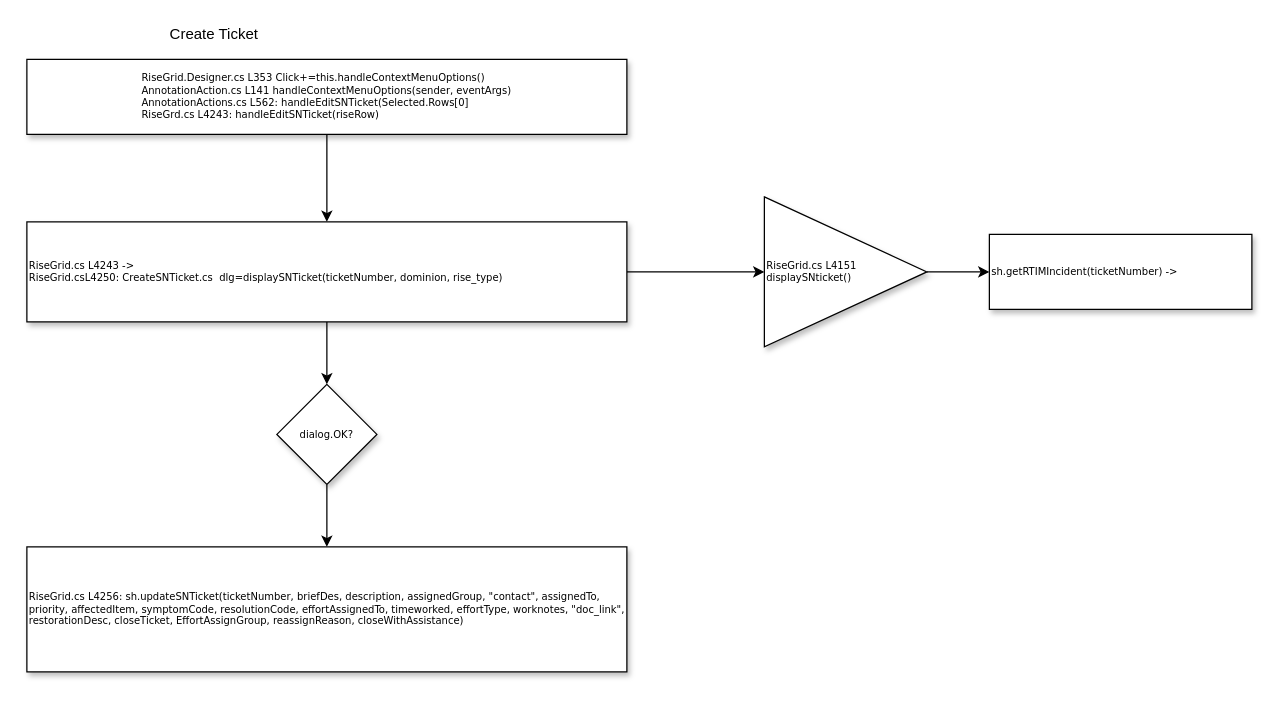
This is update_ticket.drawio from laohuw/doc, a draw.io file, before an edit. Source tidied: cells renumbered, new cells numbered last; positions are measured from the earlier drawing's top-left corner, leaving out a move shared by most shapes. Both pictures are drawn from the tidied source at 125%, with x=0, y=0 at pixel (26, 21).
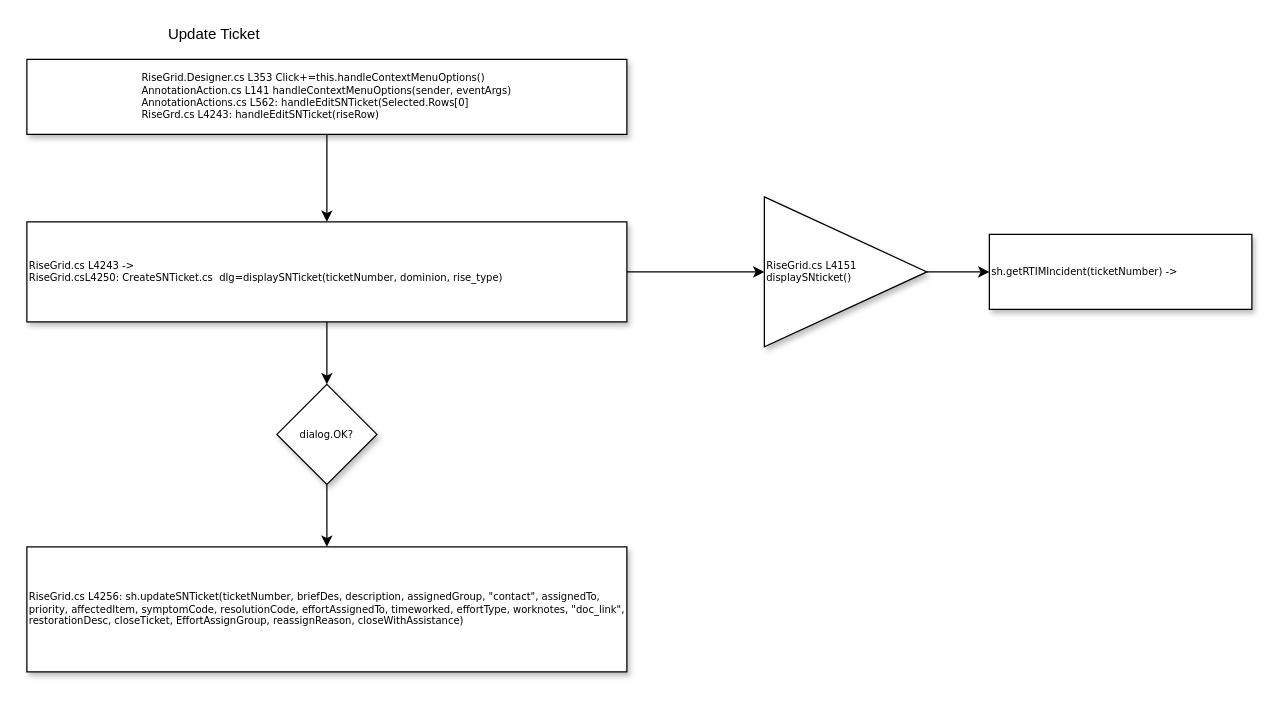
After the change.

What changed in the source:
```diff
@@
 <mxGraphModel>
   <root>
     <mxCell id="0" />
     <mxCell id="1" parent="0" />
     <mxCell id="2" style="edgeStyle=orthogonalEdgeStyle;rounded=0;jettySize=auto;html=1;" parent="1" edge="1" source="3" target="7">
       <mxGeometry relative="1" as="geometry" />
     </mxCell>
     <mxCell id="3" value="&lt;div style=&quot;text-align: left&quot;&gt;&lt;span&gt;RiseGrid.Designer.cs L353 Click+=this.handleContextMenuOptions()&lt;/span&gt;&lt;/div&gt;&lt;div style=&quot;text-align: left&quot;&gt;&lt;span&gt;AnnotationAction.cs L141 handleContextMenuOptions(sender, eventArgs)&lt;/span&gt;&lt;/div&gt;&lt;div style=&quot;text-align: left&quot;&gt;&lt;span&gt;AnnotationActions.cs L562: handleEditSNTicket(Selected.Rows[0]&lt;/span&gt;&lt;/div&gt;&lt;div style=&quot;text-align: left&quot;&gt;&lt;span&gt;RiseGrd.cs L4243: handleEditSNTicket(riseRow)&lt;/span&gt;&lt;/div&gt;" style="rounded=0;whiteSpace=wrap;html=1;shadow=1;labelBackgroundColor=none;strokeWidth=1;fontFamily=Verdana;fontSize=8;align=center;" parent="1" vertex="1">
       <mxGeometry y="30" width="480" height="60" as="geometry" />
     </mxCell>
-    <mxCell id="4" value="Create Ticket" style="text;html=1;strokeColor=none;fillColor=none;align=center;verticalAlign=middle;whiteSpace=wrap;rounded=0;" parent="1" vertex="1">
+    <mxCell id="4" value="Update Ticket" style="text;html=1;strokeColor=none;fillColor=none;align=center;verticalAlign=middle;whiteSpace=wrap;rounded=0;" parent="1" vertex="1">
       <mxGeometry x="70" width="160" height="20" as="geometry" />
     </mxCell>
     <mxCell id="5" style="edgeStyle=orthogonalEdgeStyle;rounded=0;jettySize=auto;html=1;" parent="1" edge="1" source="7" target="9">
       <mxGeometry relative="1" as="geometry" />
     </mxCell>
     <mxCell id="6" style="edgeStyle=orthogonalEdgeStyle;rounded=0;jettySize=auto;html=1;" parent="1" edge="1" source="7" target="12">
       <mxGeometry relative="1" as="geometry" />
     </mxCell>
     <mxCell id="7" value="RiseGrid.cs L4243 -&amp;gt;&lt;br&gt;RiseGrid.csL4250: CreateSNTicket.cs&amp;nbsp; dlg=displaySNTicket(ticketNumber, dominion, rise_type)" style="whiteSpace=wrap;html=1;rounded=0;shadow=1;fontFamily=Verdana;fontSize=8;strokeWidth=1;align=left;" parent="1" vertex="1">
       <mxGeometry y="160" width="480" height="80" as="geometry" />
     </mxCell>
     <mxCell id="8" style="edgeStyle=orthogonalEdgeStyle;rounded=0;jettySize=auto;html=1;" parent="1" edge="1" source="9" target="10">
       <mxGeometry relative="1" as="geometry" />
     </mxCell>
     <mxCell id="9" value="dialog.OK?" style="rhombus;whiteSpace=wrap;html=1;rounded=0;shadow=1;fontFamily=Verdana;fontSize=8;align=center;strokeWidth=1;" parent="1" vertex="1">
       <mxGeometry x="200" y="290" width="80" height="80" as="geometry" />
     </mxCell>
     <mxCell id="10" value="RiseGrid.cs L4256: sh.updateSNTicket(ticketNumber, briefDes, description, assignedGroup, &quot;contact&quot;, assignedTo, priority, affectedItem, symptomCode, resolutionCode, effortAssignedTo, timeworked, effortType, worknotes, &quot;doc_link&quot;, restorationDesc, closeTicket, EffortAssignGroup, reassignReason, closeWithAssistance)" style="rounded=0;whiteSpace=wrap;html=1;shadow=1;fontFamily=Verdana;fontSize=8;align=left;strokeWidth=1;" parent="1" vertex="1">
       <mxGeometry y="420" width="480" height="100" as="geometry" />
     </mxCell>
     <mxCell id="11" style="edgeStyle=orthogonalEdgeStyle;rounded=0;jettySize=auto;html=1;" parent="1" edge="1" source="12" target="13">
       <mxGeometry relative="1" as="geometry" />
     </mxCell>
     <mxCell id="12" value="RiseGrid.cs L4151&lt;br&gt;displaySNticket()" style="triangle;whiteSpace=wrap;html=1;rounded=0;shadow=1;fontFamily=Verdana;fontSize=8;align=left;strokeWidth=1;" parent="1" vertex="1">
       <mxGeometry x="590" y="140" width="130" height="120" as="geometry" />
     </mxCell>
     <mxCell id="13" value="sh.getRTIMIncident(ticketNumber) -&amp;gt;" style="whiteSpace=wrap;html=1;rounded=0;shadow=1;fontFamily=Verdana;fontSize=8;align=left;strokeWidth=1;" parent="1" vertex="1">
       <mxGeometry x="770" y="170" width="210" height="60" as="geometry" />
     </mxCell>
   </root>
 </mxGraphModel>
```
